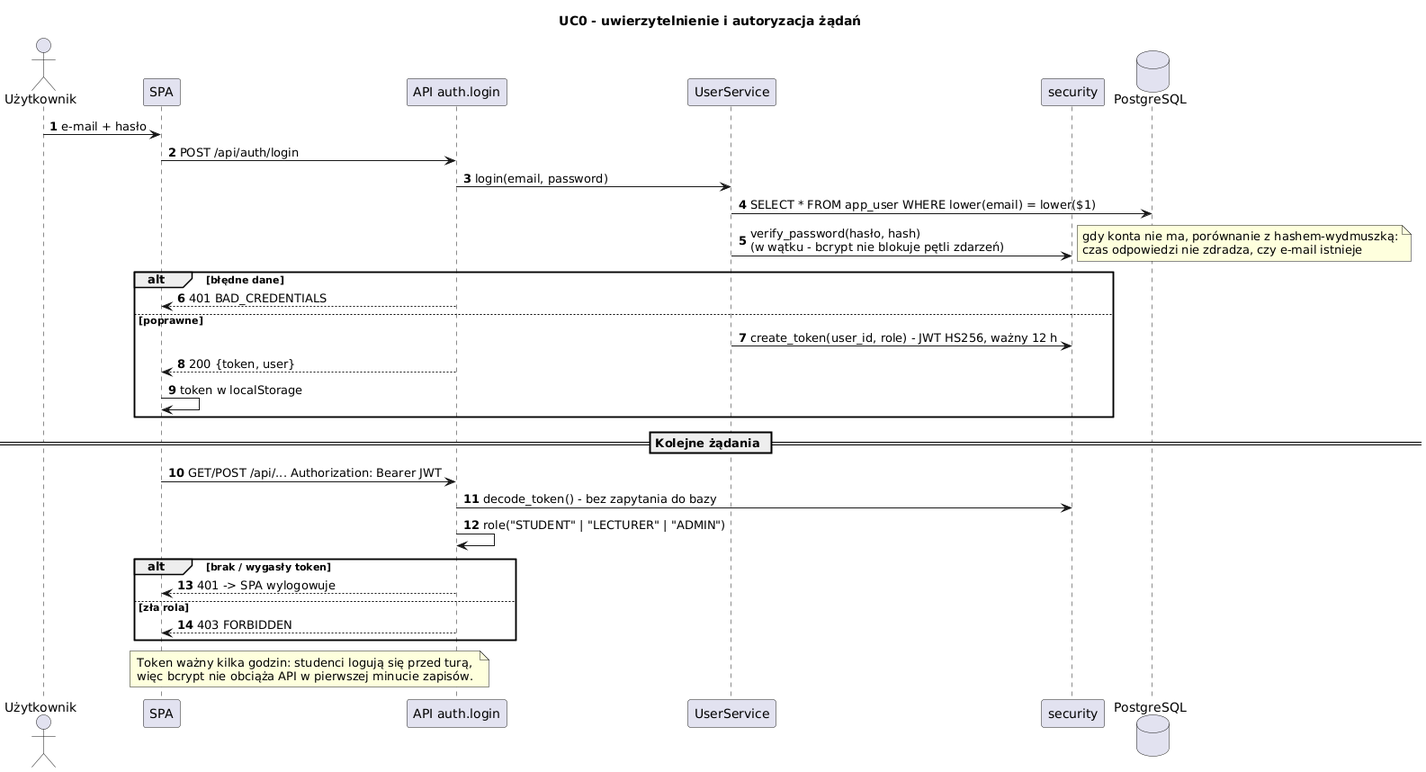
Husaria55/USOSv2 keeps this PlantUML diagram as etap3/diagramy/sekwencja_logowanie.png. Above is the earlier version.
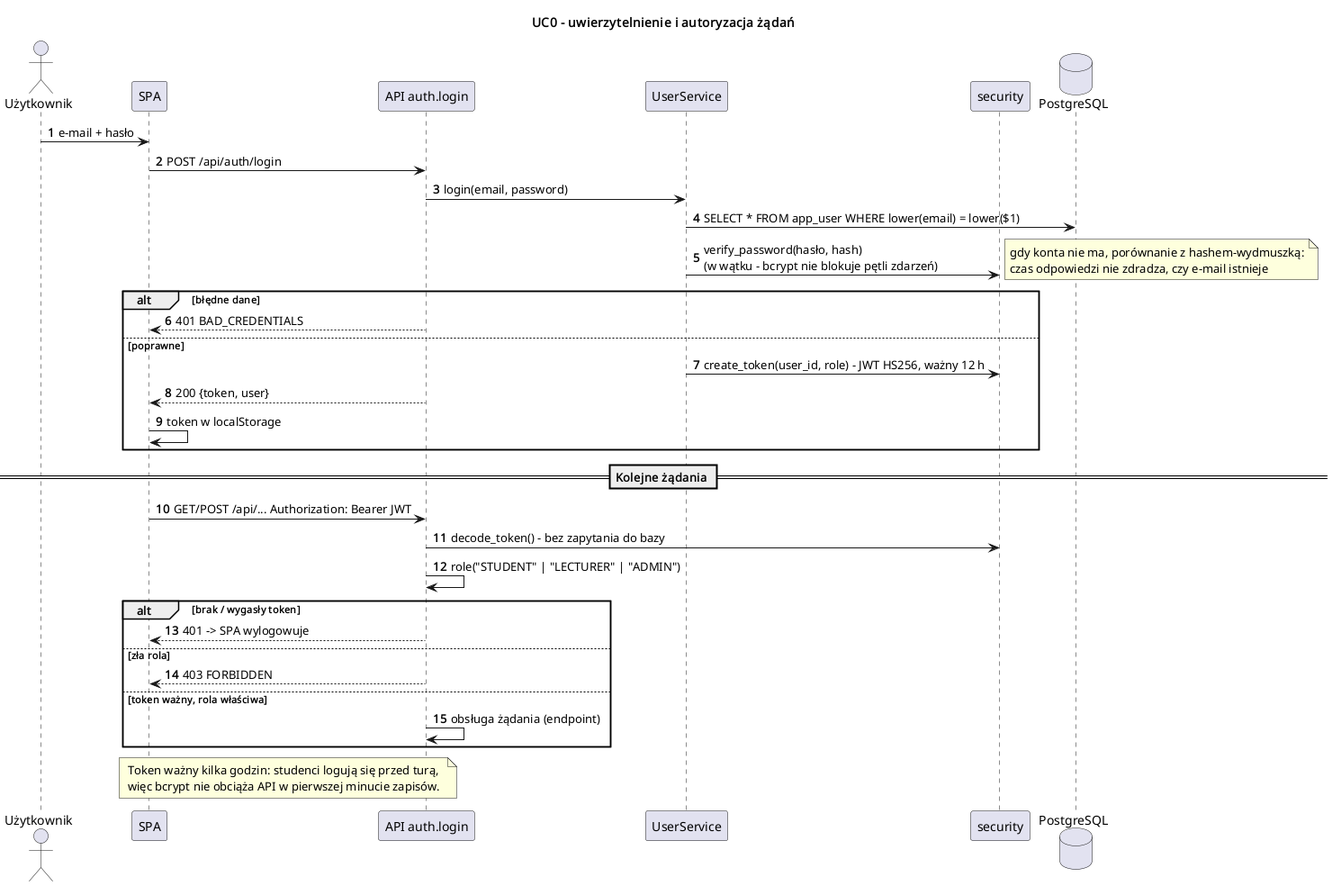
Later version of the same file.

Diff of the diagram source:
```diff
@@ -32,6 +32,8 @@
   api --> spa : 401 -> SPA wylogowuje
 else zła rola
   api --> spa : 403 FORBIDDEN
+else token ważny, rola właściwa
+  api -> api : obsługa żądania (endpoint)
 end
 note over spa, api
   Token ważny kilka godzin: studenci logują się przed turą,
```
